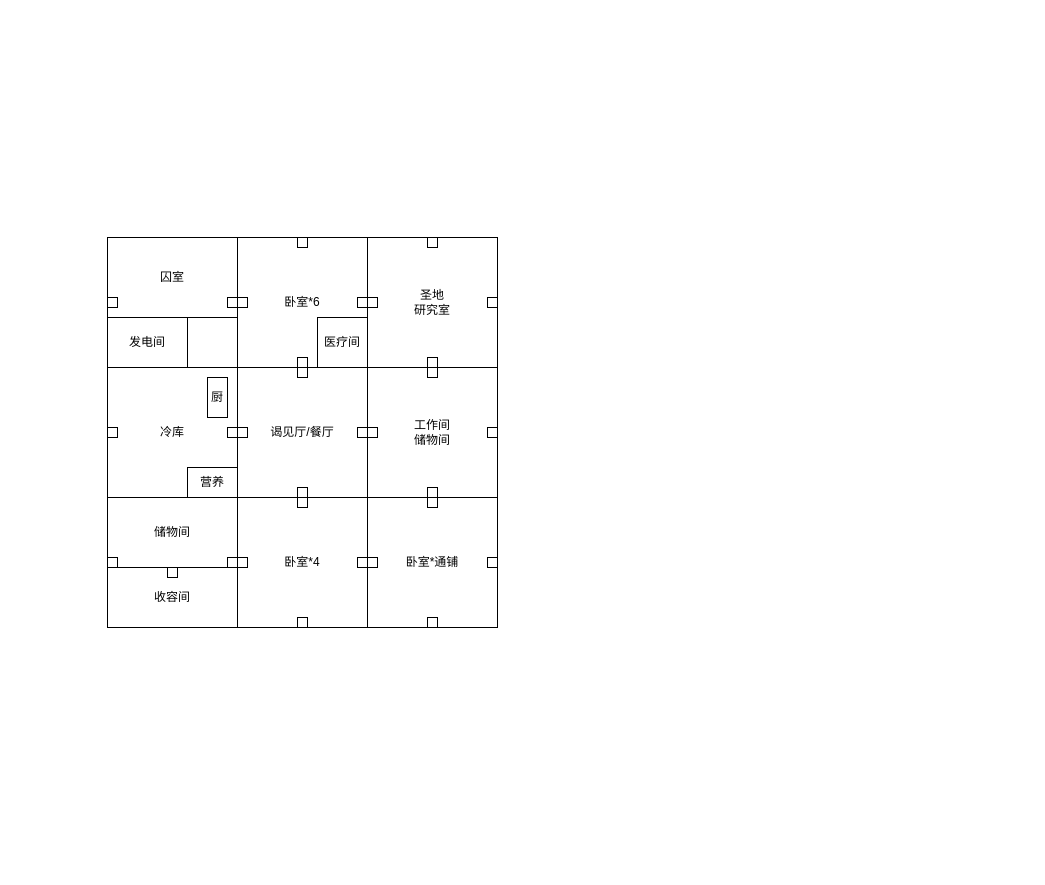
The draw.io diagram RimWorld.drawio in zhangjoey115/Diagrams, before the edit. Source tidied: cells renumbered, new cells numbered last; positions are measured from the earlier drawing's top-left corner, leaving out a move shared by most shapes. Both pictures are drawn from the tidied source at 100%, with x=0, y=0 at pixel (107, 237).
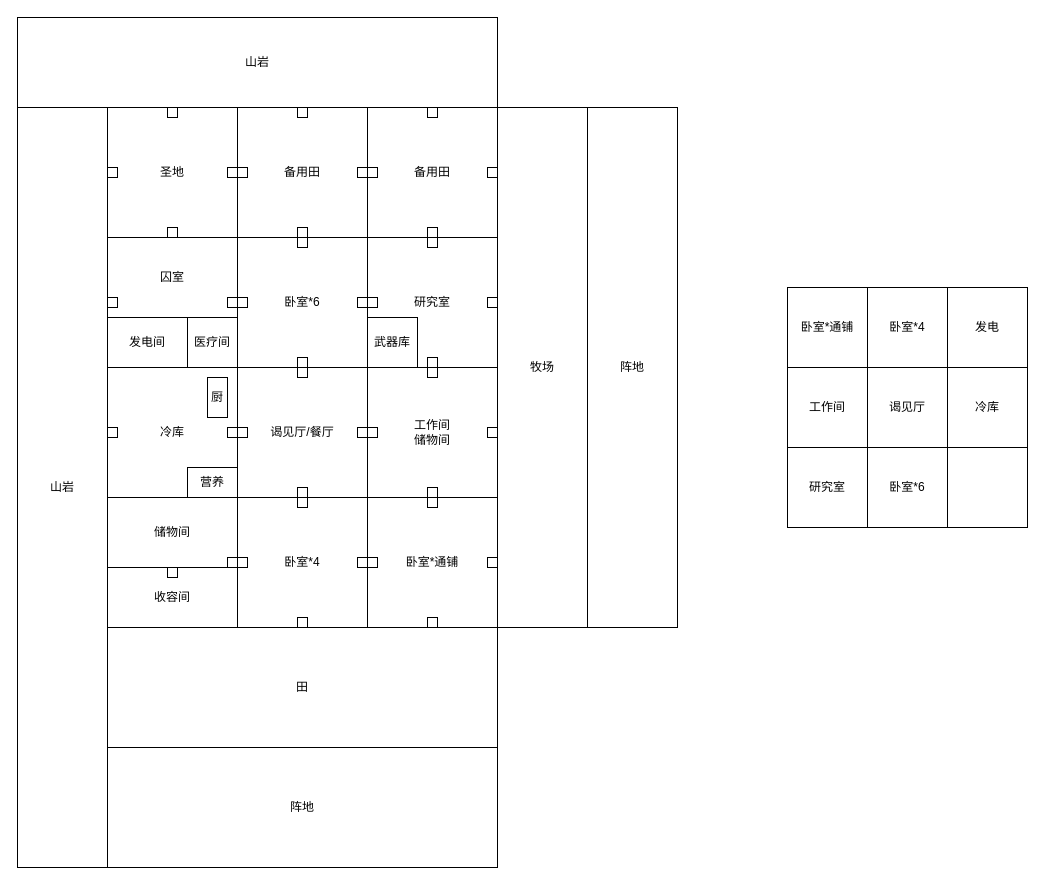
The same diagram, later.

Unchanged cells that the change refers to:
```xml
<mxCell id="2" style="group;" parent="1" vertex="1">
  <mxGeometry width="130" height="130" as="geometry" />
</mxCell>
<mxCell id="33" style="group;" parent="1" vertex="1">
  <mxGeometry x="130" width="130" height="130" as="geometry" />
</mxCell>
<mxCell id="50" style="group;" parent="1" vertex="1">
  <mxGeometry x="260" width="130" height="130" as="geometry" />
</mxCell>
```

Diff of the diagram source:
```diff
@@
+    <mxCell id="39" value="医疗间" style="rounded=0;whiteSpace=wrap;html=1;" parent="2" vertex="1">
+      <mxGeometry x="80" y="80" width="50" height="50" as="geometry" />
+    </mxCell>
@@
-    <mxCell id="26" style="whiteSpace=wrap;html=1;" parent="1" vertex="1">
-      <mxGeometry y="320" width="10" height="10" as="geometry" />
-    </mxCell>
@@
-    <mxCell id="39" value="医疗间" style="rounded=0;whiteSpace=wrap;html=1;" parent="33" vertex="1">
-      <mxGeometry x="80" y="80" width="50" height="50" as="geometry" />
-    </mxCell>
@@
-    <mxCell id="51" value="&lt;div&gt;圣地&lt;/div&gt;研究室" style="whiteSpace=wrap;html=1;" parent="50" vertex="1">
+    <mxCell id="51" value="&lt;div&gt;&lt;span style=&quot;background-color: transparent;&quot;&gt;研究室&lt;/span&gt;&lt;/div&gt;" style="whiteSpace=wrap;html=1;" parent="50" vertex="1">
       <mxGeometry width="130" height="130" as="geometry" />
     </mxCell>
@@
+    <mxCell id="56" value="武器库" style="rounded=0;whiteSpace=wrap;html=1;" parent="50" vertex="1">
+      <mxGeometry y="80" width="50" height="50" as="geometry" />
+    </mxCell>
+    <mxCell id="57" style="group;" parent="1" vertex="1">
+      <mxGeometry y="-130" width="130" height="130" as="geometry" />
+    </mxCell>
+    <mxCell id="58" value="圣地" style="whiteSpace=wrap;html=1;" parent="57" vertex="1">
+      <mxGeometry width="130" height="130" as="geometry" />
+    </mxCell>
+    <mxCell id="59" style="whiteSpace=wrap;html=1;" parent="57" vertex="1">
+      <mxGeometry x="120" y="60" width="10" height="10" as="geometry" />
+    </mxCell>
+    <mxCell id="60" style="whiteSpace=wrap;html=1;" parent="57" vertex="1">
+      <mxGeometry x="60" y="120" width="10" height="10" as="geometry" />
+    </mxCell>
+    <mxCell id="61" style="whiteSpace=wrap;html=1;" parent="57" vertex="1">
+      <mxGeometry x="60" width="10" height="10" as="geometry" />
+    </mxCell>
+    <mxCell id="62" style="whiteSpace=wrap;html=1;" parent="57" vertex="1">
+      <mxGeometry y="60" width="10" height="10" as="geometry" />
+    </mxCell>
+    <mxCell id="63" value="田" style="rounded=0;whiteSpace=wrap;html=1;" parent="1" vertex="1">
+      <mxGeometry y="390" width="390" height="120" as="geometry" />
+    </mxCell>
+    <mxCell id="64" value="牧场" style="rounded=0;whiteSpace=wrap;html=1;" parent="1" vertex="1">
+      <mxGeometry x="390" y="-130" width="90" height="520" as="geometry" />
+    </mxCell>
+    <mxCell id="65" value="山岩" style="rounded=0;whiteSpace=wrap;html=1;" parent="1" vertex="1">
+      <mxGeometry x="-90" y="-130" width="90" height="760" as="geometry" />
+    </mxCell>
+    <mxCell id="66" style="group;" parent="1" vertex="1">
+      <mxGeometry x="260" y="-130" width="130" height="130" as="geometry" />
+    </mxCell>
+    <mxCell id="67" value="备用田" style="whiteSpace=wrap;html=1;" parent="66" vertex="1">
+      <mxGeometry width="130" height="130" as="geometry" />
+    </mxCell>
+    <mxCell id="68" style="whiteSpace=wrap;html=1;" parent="66" vertex="1">
+      <mxGeometry x="120" y="60" width="10" height="10" as="geometry" />
+    </mxCell>
+    <mxCell id="69" style="whiteSpace=wrap;html=1;" parent="66" vertex="1">
+      <mxGeometry x="60" y="120" width="10" height="10" as="geometry" />
+    </mxCell>
+    <mxCell id="70" style="whiteSpace=wrap;html=1;" parent="66" vertex="1">
+      <mxGeometry x="60" width="10" height="10" as="geometry" />
+    </mxCell>
+    <mxCell id="71" style="whiteSpace=wrap;html=1;" parent="66" vertex="1">
+      <mxGeometry y="60" width="10" height="10" as="geometry" />
+    </mxCell>
+    <mxCell id="72" style="group;" parent="1" vertex="1">
+      <mxGeometry x="130" y="-130" width="130" height="130" as="geometry" />
+    </mxCell>
+    <mxCell id="73" value="备用田" style="whiteSpace=wrap;html=1;" parent="72" vertex="1">
+      <mxGeometry width="130" height="130" as="geometry" />
+    </mxCell>
+    <mxCell id="74" style="whiteSpace=wrap;html=1;" parent="72" vertex="1">
+      <mxGeometry x="120" y="60" width="10" height="10" as="geometry" />
+    </mxCell>
+    <mxCell id="75" style="whiteSpace=wrap;html=1;" parent="72" vertex="1">
+      <mxGeometry x="60" y="120" width="10" height="10" as="geometry" />
+    </mxCell>
+    <mxCell id="76" style="whiteSpace=wrap;html=1;" parent="72" vertex="1">
+      <mxGeometry x="60" width="10" height="10" as="geometry" />
+    </mxCell>
+    <mxCell id="77" style="whiteSpace=wrap;html=1;" parent="72" vertex="1">
+      <mxGeometry y="60" width="10" height="10" as="geometry" />
+    </mxCell>
+    <mxCell id="78" value="山岩" style="rounded=0;whiteSpace=wrap;html=1;" parent="1" vertex="1">
+      <mxGeometry x="-90" y="-220" width="480" height="90" as="geometry" />
+    </mxCell>
+    <mxCell id="79" value="阵地" style="rounded=0;whiteSpace=wrap;html=1;" parent="1" vertex="1">
+      <mxGeometry x="480" y="-130" width="90" height="520" as="geometry" />
+    </mxCell>
+    <mxCell id="80" value="阵地" style="rounded=0;whiteSpace=wrap;html=1;" parent="1" vertex="1">
+      <mxGeometry y="510" width="390" height="120" as="geometry" />
+    </mxCell>
+    <mxCell id="81" value="冷库" style="whiteSpace=wrap;html=1;" parent="1" vertex="1">
+      <mxGeometry x="840" y="130" width="80" height="80" as="geometry" />
+    </mxCell>
+    <mxCell id="82" value="谒见厅" style="whiteSpace=wrap;html=1;" parent="1" vertex="1">
+      <mxGeometry x="760" y="130" width="80" height="80" as="geometry" />
+    </mxCell>
+    <mxCell id="83" value="卧室*4" style="whiteSpace=wrap;html=1;" parent="1" vertex="1">
+      <mxGeometry x="760" y="50" width="80" height="80" as="geometry" />
+    </mxCell>
+    <mxCell id="84" value="发电" style="whiteSpace=wrap;html=1;" parent="1" vertex="1">
+      <mxGeometry x="840" y="50" width="80" height="80" as="geometry" />
+    </mxCell>
+    <mxCell id="85" style="whiteSpace=wrap;html=1;" parent="1" vertex="1">
+      <mxGeometry x="840" y="210" width="80" height="80" as="geometry" />
+    </mxCell>
+    <mxCell id="86" value="卧室*6" style="whiteSpace=wrap;html=1;" parent="1" vertex="1">
+      <mxGeometry x="760" y="210" width="80" height="80" as="geometry" />
+    </mxCell>
+    <mxCell id="87" value="研究室" style="whiteSpace=wrap;html=1;" parent="1" vertex="1">
+      <mxGeometry x="680" y="210" width="80" height="80" as="geometry" />
+    </mxCell>
+    <mxCell id="88" value="工作间" style="whiteSpace=wrap;html=1;" parent="1" vertex="1">
+      <mxGeometry x="680" y="130" width="80" height="80" as="geometry" />
+    </mxCell>
+    <mxCell id="89" value="卧室*通铺" style="whiteSpace=wrap;html=1;" parent="1" vertex="1">
+      <mxGeometry x="680" y="50" width="80" height="80" as="geometry" />
+    </mxCell>
```
